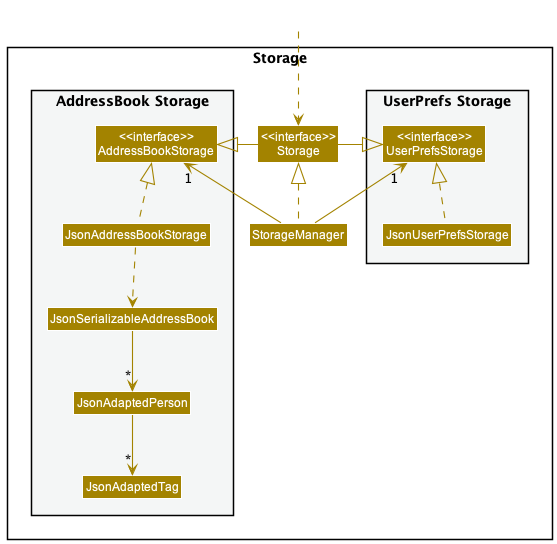
nus-cs2103-AY2223S2/tp keeps this PlantUML diagram as docs/images/StorageClassDiagram.png. Above is the earlier version.
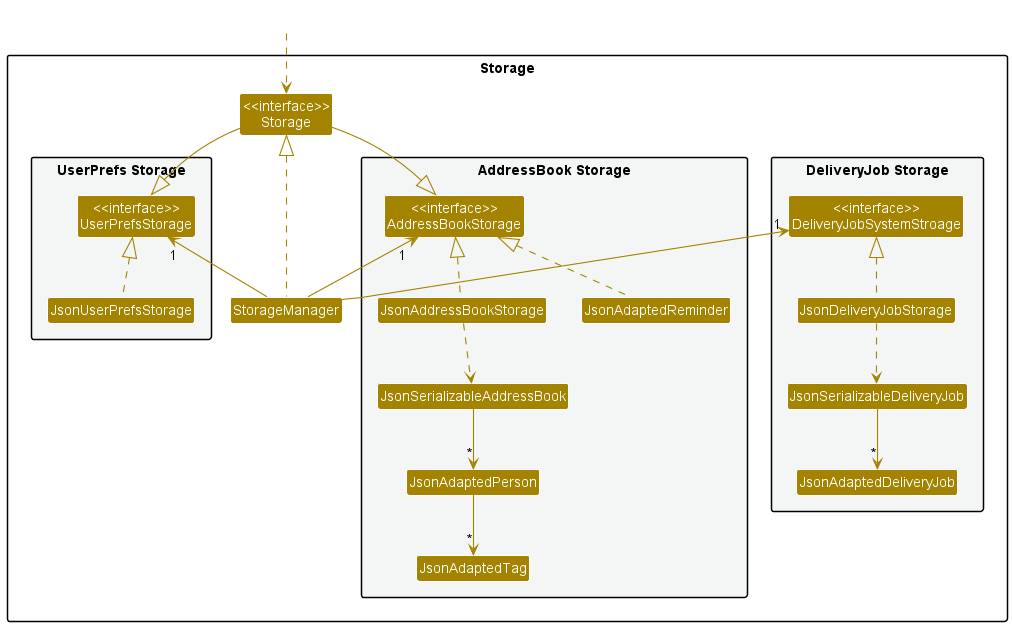
The same diagram one commit later.

Commit message:
Update storage and model details in DG

Diff of the diagram source:
```diff
@@ -20,6 +20,14 @@
 Class JsonSerializableAddressBook
 Class JsonAdaptedPerson
 Class JsonAdaptedTag
+Class JsonAdaptedReminder
+}
+
+package "DeliveryJob Storage" #F4F6F6{
+Class "<<interface>>\nDeliveryJobSystemStroage" as DeliveryJobSystemStroage
+Class JsonDeliveryJobStorage
+Class JsonSerializableDeliveryJob
+Class JsonAdaptedDeliveryJob
 }
 
 }
@@ -30,14 +38,20 @@
 StorageManager .up.|> Storage
 StorageManager -up-> "1" UserPrefsStorage
 StorageManager -up-> "1" AddressBookStorage
+StorageManager -up-> "1" DeliveryJobSystemStroage
 
-Storage -left-|> UserPrefsStorage
-Storage -right-|> AddressBookStorage
+Storage --|> UserPrefsStorage
+Storage --|> AddressBookStorage
 
 JsonUserPrefsStorage .up.|> UserPrefsStorage
 JsonAddressBookStorage .up.|> AddressBookStorage
+JsonAdaptedReminder .up.|> AddressBookStorage
 JsonAddressBookStorage ..> JsonSerializableAddressBook
 JsonSerializableAddressBook --> "*" JsonAdaptedPerson
 JsonAdaptedPerson --> "*" JsonAdaptedTag
 
+JsonDeliveryJobStorage .up.|> DeliveryJobSystemStroage
+JsonDeliveryJobStorage ..> JsonSerializableDeliveryJob
+JsonSerializableDeliveryJob --> "*" JsonAdaptedDeliveryJob
+
 @enduml
```
